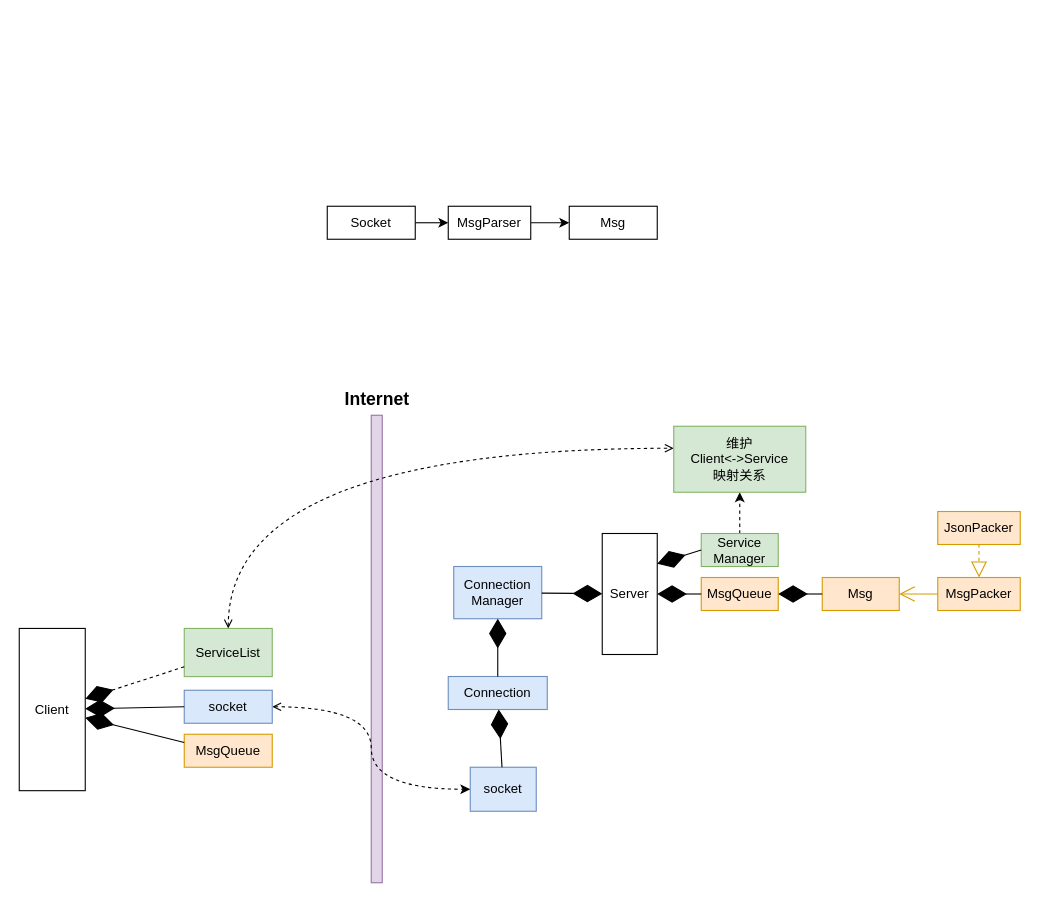
xrw67/altas keeps this draw.io diagram as docs/bus.drawio. Above is the earlier version. Source tidied: cells renumbered, new cells numbered last; positions are measured from the earlier drawing's top-left corner, leaving out a move shared by most shapes. Both pictures are drawn from the tidied source at 110%, with x=0, y=0 at pixel (19, 206).
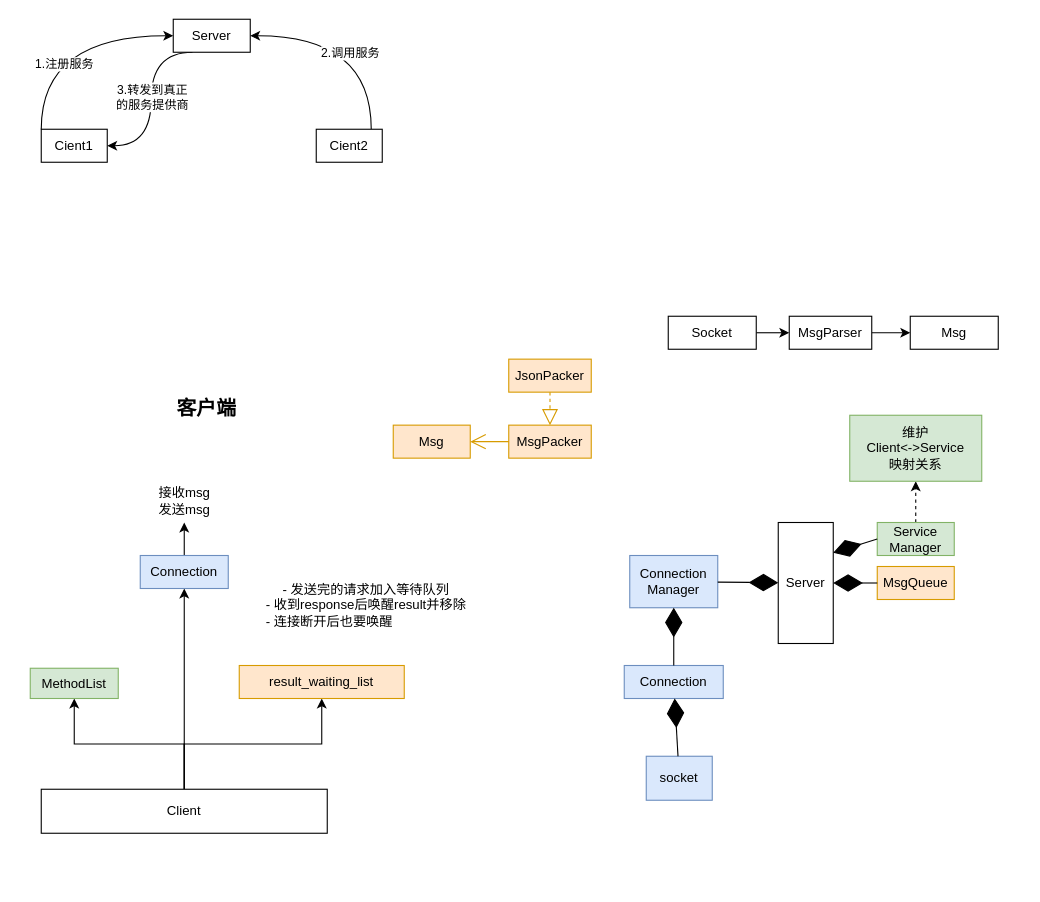
The same page after the edit.

What changed in the source:
```diff
@@
-    <mxCell id="2" style="rounded=0;whiteSpace=wrap;html=1;fillColor=#e1d5e7;strokeColor=#9673a6;" parent="1" vertex="1">
-      <mxGeometry x="320" y="190" width="10" height="425" as="geometry" />
-    </mxCell>
     <mxCell id="3" value="Msg" style="whiteSpace=wrap;html=1;fillColor=#ffe6cc;strokeColor=#d79b00;" parent="1" vertex="1">
-      <mxGeometry x="730" y="337.5" width="70" height="30" as="geometry" />
+      <mxGeometry x="340" y="199" width="70" height="30" as="geometry" />
     </mxCell>
     <mxCell id="4" value="MsgPacker" style="whiteSpace=wrap;html=1;fillColor=#ffe6cc;strokeColor=#d79b00;" parent="1" vertex="1">
-      <mxGeometry x="835" y="337.5" width="75" height="30" as="geometry" />
+      <mxGeometry x="445" y="199" width="75" height="30" as="geometry" />
     </mxCell>
     <mxCell id="5" value="JsonPacker" style="whiteSpace=wrap;html=1;fillColor=#ffe6cc;strokeColor=#d79b00;" parent="1" vertex="1">
-      <mxGeometry x="835" y="277.5" width="75" height="30" as="geometry" />
+      <mxGeometry x="445" y="139" width="75" height="30" as="geometry" />
     </mxCell>
@@
     <mxCell id="8" value="Server" style="whiteSpace=wrap;html=1;" parent="1" vertex="1">
-      <mxGeometry x="530" y="297.5" width="50" height="110" as="geometry" />
+      <mxGeometry x="690" y="287.5" width="50" height="110" as="geometry" />
     </mxCell>
+    <mxCell id="37" style="edgeStyle=orthogonalEdgeStyle;rounded=0;jettySize=auto;html=1;" parent="1" edge="1" source="9" target="29">
+      <mxGeometry relative="1" as="geometry" />
+    </mxCell>
+    <mxCell id="38" style="edgeStyle=orthogonalEdgeStyle;rounded=0;jettySize=auto;html=1;" parent="1" edge="1" source="9" target="17">
+      <mxGeometry relative="1" as="geometry" />
+    </mxCell>
+    <mxCell id="39" style="edgeStyle=orthogonalEdgeStyle;rounded=0;jettySize=auto;html=1;" parent="1" edge="1" source="9" target="24">
+      <mxGeometry relative="1" as="geometry" />
+    </mxCell>
     <mxCell id="9" value="Client" style="whiteSpace=wrap;html=1;" parent="1" vertex="1">
-      <mxGeometry y="383.8" width="60" height="147.5" as="geometry" />
+      <mxGeometry x="20" y="530" width="260" height="40" as="geometry" />
     </mxCell>
     <mxCell id="10" value="Connection" style="whiteSpace=wrap;html=1;fillColor=#dae8fc;strokeColor=#6c8ebf;" parent="1" vertex="1">
-      <mxGeometry x="390" y="427.5" width="90" height="30" as="geometry" />
+      <mxGeometry x="550" y="417.5" width="90" height="30" as="geometry" />
     </mxCell>
     <mxCell id="11" value="Connection&lt;br&gt;Manager" style="whiteSpace=wrap;html=1;fillColor=#dae8fc;strokeColor=#6c8ebf;" parent="1" vertex="1">
-      <mxGeometry x="395" y="327.5" width="80" height="47.5" as="geometry" />
+      <mxGeometry x="555" y="317.5" width="80" height="47.5" as="geometry" />
     </mxCell>
@@
     <mxCell id="14" value="socket" style="whiteSpace=wrap;html=1;fillColor=#dae8fc;strokeColor=#6c8ebf;" parent="1" vertex="1">
-      <mxGeometry x="410" y="510" width="60" height="40" as="geometry" />
+      <mxGeometry x="570" y="500" width="60" height="40" as="geometry" />
     </mxCell>
@@
-    <mxCell id="16" style="edgeStyle=orthogonalEdgeStyle;html=1;fontSize=16;startArrow=open;startFill=0;dashed=1;curved=1;exitX=1;exitY=0.5;exitDx=0;exitDy=0;entryX=0;entryY=0.5;entryDx=0;entryDy=0;" parent="1" edge="1" source="17" target="14">
-      <mxGeometry relative="1" as="geometry" />
-    </mxCell>
+    <mxCell id="40" style="edgeStyle=orthogonalEdgeStyle;rounded=0;jettySize=auto;html=1;" parent="1" edge="1" source="17" target="51">
+      <mxGeometry relative="1" as="geometry" />
+    </mxCell>
-    <mxCell id="17" value="socket" style="whiteSpace=wrap;html=1;fillColor=#dae8fc;strokeColor=#6c8ebf;" parent="1" vertex="1">
-      <mxGeometry x="150" y="440" width="80" height="30" as="geometry" />
+    <mxCell id="17" value="Connection" style="whiteSpace=wrap;html=1;fillColor=#dae8fc;strokeColor=#6c8ebf;" parent="1" vertex="1">
+      <mxGeometry x="110" y="317.5" width="80" height="30" as="geometry" />
     </mxCell>
-    <mxCell id="18" style="endArrow=diamondThin;endFill=1;endSize=24;html=1;exitX=0;exitY=0.5;exitDx=0;exitDy=0;" parent="1" edge="1" source="17" target="9">
-      <mxGeometry relative="1" as="geometry" />
-    </mxCell>
     <mxCell id="19" value="MsgQueue" style="whiteSpace=wrap;html=1;fillColor=#ffe6cc;strokeColor=#d79b00;" parent="1" vertex="1">
-      <mxGeometry x="620" y="337.5" width="70" height="30" as="geometry" />
+      <mxGeometry x="780" y="327.5" width="70" height="30" as="geometry" />
     </mxCell>
@@
     <mxCell id="22" value="Service&lt;br&gt;Manager" style="whiteSpace=wrap;html=1;fillColor=#d5e8d4;strokeColor=#82b366;" parent="1" vertex="1">
-      <mxGeometry x="620" y="297.5" width="70" height="30" as="geometry" />
+      <mxGeometry x="780" y="287.5" width="70" height="30" as="geometry" />
     </mxCell>
@@
-    <mxCell id="24" value="MsgQueue" style="whiteSpace=wrap;html=1;fillColor=#ffe6cc;strokeColor=#d79b00;" parent="1" vertex="1">
-      <mxGeometry x="150" y="480" width="80" height="30" as="geometry" />
+    <mxCell id="24" value="result_waiting_list" style="whiteSpace=wrap;html=1;fillColor=#ffe6cc;strokeColor=#d79b00;" parent="1" vertex="1">
+      <mxGeometry x="200" y="417.5" width="150" height="30" as="geometry" />
     </mxCell>
-    <mxCell id="25" style="endArrow=diamondThin;endFill=1;endSize=24;html=1;exitX=0;exitY=0.25;exitDx=0;exitDy=0;" parent="1" edge="1" source="24" target="9">
-      <mxGeometry relative="1" as="geometry" />
-    </mxCell>
-    <mxCell id="26" style="endArrow=diamondThin;endFill=1;endSize=24;html=1;entryX=1;entryY=0.5;entryDx=0;entryDy=0;exitX=0;exitY=0.5;exitDx=0;exitDy=0;" parent="1" edge="1" source="3" target="19">
-      <mxGeometry relative="1" as="geometry" />
-    </mxCell>
-    <mxCell id="27" value="Internet" style="text;html=1;align=center;verticalAlign=middle;strokeColor=none;fillColor=none;fontStyle=1;fontSize=16;" parent="1" vertex="1">
-      <mxGeometry x="285" y="160" width="80" height="30" as="geometry" />
-    </mxCell>
-    <mxCell id="28" style="edgeStyle=orthogonalEdgeStyle;html=1;dashed=1;fontSize=12;startArrow=open;startFill=0;endArrow=open;endFill=0;curved=1;" parent="1" edge="1" source="29" target="30">
-      <mxGeometry relative="1" as="geometry">
-        <Array as="points">
-          <mxPoint x="190" y="220" />
-        </Array>
-      </mxGeometry>
-    </mxCell>
-    <mxCell id="29" value="ServiceList" style="rounded=0;whiteSpace=wrap;html=1;fontSize=12;fillColor=#d5e8d4;strokeColor=#82b366;" parent="1" vertex="1">
-      <mxGeometry x="150" y="383.8" width="80" height="43.8" as="geometry" />
+    <mxCell id="29" value="MethodList" style="rounded=0;whiteSpace=wrap;html=1;fontSize=12;fillColor=#d5e8d4;strokeColor=#82b366;" parent="1" vertex="1">
+      <mxGeometry x="10" y="420" width="80" height="27.5" as="geometry" />
     </mxCell>
     <mxCell id="30" value="维护&lt;br&gt;Client&amp;lt;-&amp;gt;Service&lt;br&gt;映射关系" style="whiteSpace=wrap;html=1;fontSize=12;fillColor=#d5e8d4;strokeColor=#82b366;" parent="1" vertex="1">
-      <mxGeometry x="595" y="200" width="120" height="60" as="geometry" />
+      <mxGeometry x="755" y="190" width="120" height="60" as="geometry" />
     </mxCell>
-    <mxCell id="31" style="endArrow=diamondThin;endFill=1;endSize=24;html=1;dashed=1;fontSize=12;" parent="1" edge="1" source="29" target="9">
-      <mxGeometry relative="1" as="geometry" />
-    </mxCell>
@@
     <mxCell id="33" value="MsgParser" style="whiteSpace=wrap;html=1;" parent="1" vertex="1">
-      <mxGeometry x="390" width="75" height="30" as="geometry" />
+      <mxGeometry x="700" y="100" width="75" height="30" as="geometry" />
     </mxCell>
     <mxCell id="34" value="Msg" style="whiteSpace=wrap;html=1;" parent="1" vertex="1">
-      <mxGeometry x="500" width="80" height="30" as="geometry" />
+      <mxGeometry x="810" y="100" width="80" height="30" as="geometry" />
     </mxCell>
@@
     <mxCell id="36" value="Socket" style="whiteSpace=wrap;html=1;" parent="1" vertex="1">
-      <mxGeometry x="280" width="80" height="30" as="geometry" />
+      <mxGeometry x="590" y="100" width="80" height="30" as="geometry" />
     </mxCell>
+    <mxCell id="41" value="客户端" style="text;html=1;align=center;verticalAlign=middle;strokeColor=none;fillColor=none;fontSize=18;fontStyle=1;" parent="1" vertex="1">
+      <mxGeometry x="130" y="164" width="80" height="40" as="geometry" />
+    </mxCell>
+    <mxCell id="42" style="edgeStyle=orthogonalEdgeStyle;rounded=0;jettySize=auto;html=1;curved=1;exitX=0.25;exitY=1;exitDx=0;exitDy=0;" parent="1" edge="1" source="44" target="47">
+      <mxGeometry relative="1" as="geometry">
+        <Array as="points">
+          <mxPoint x="120" y="-140" />
+          <mxPoint x="120" y="-55" />
+        </Array>
+      </mxGeometry>
+    </mxCell>
+    <mxCell id="43" value="3.转发到真正&lt;br&gt;的服务提供商" style="edgeLabel;html=1;align=center;verticalAlign=middle;" parent="42" vertex="1">
+      <mxGeometry x="-0.5" y="-19" relative="1" as="geometry">
+        <mxPoint x="19" y="37" as="offset" />
+      </mxGeometry>
+    </mxCell>
+    <mxCell id="44" value="Server" style="whiteSpace=wrap;html=1;" parent="1" vertex="1">
+      <mxGeometry x="140" y="-170" width="70" height="30" as="geometry" />
+    </mxCell>
+    <mxCell id="45" style="edgeStyle=orthogonalEdgeStyle;rounded=0;jettySize=auto;html=1;curved=1;" parent="1" edge="1" source="47" target="44">
+      <mxGeometry relative="1" as="geometry">
+        <Array as="points">
+          <mxPoint x="20" y="-155" />
+        </Array>
+      </mxGeometry>
+    </mxCell>
+    <mxCell id="46" value="1.注册服务" style="edgeLabel;html=1;align=center;verticalAlign=middle;" parent="45" vertex="1">
+      <mxGeometry x="-0.29" y="-1" relative="1" as="geometry">
+        <mxPoint x="19" y="13" as="offset" />
+      </mxGeometry>
+    </mxCell>
+    <mxCell id="47" value="Cient1" style="whiteSpace=wrap;html=1;" parent="1" vertex="1">
+      <mxGeometry x="20" y="-70" width="60" height="30" as="geometry" />
+    </mxCell>
+    <mxCell id="48" style="edgeStyle=orthogonalEdgeStyle;rounded=0;jettySize=auto;html=1;curved=1;" parent="1" edge="1" source="50" target="44">
+      <mxGeometry relative="1" as="geometry">
+        <Array as="points">
+          <mxPoint x="320" y="-155" />
+        </Array>
+      </mxGeometry>
+    </mxCell>
+    <mxCell id="49" value="2.调用服务" style="edgeLabel;html=1;align=center;verticalAlign=middle;" parent="48" vertex="1">
+      <mxGeometry x="0.03" relative="1" as="geometry">
+        <mxPoint x="-5" y="15" as="offset" />
+      </mxGeometry>
+    </mxCell>
+    <mxCell id="50" value="Cient2" style="whiteSpace=wrap;html=1;" parent="1" vertex="1">
+      <mxGeometry x="270" y="-70" width="60" height="30" as="geometry" />
+    </mxCell>
+    <mxCell id="51" value="接收msg&lt;br&gt;发送msg" style="text;html=1;align=center;verticalAlign=middle;points=[];strokeColor=none;fillColor=none;" parent="1" vertex="1">
+      <mxGeometry x="115" y="247.5" width="70" height="40" as="geometry" />
+    </mxCell>
+    <mxCell id="52" value="- 发送完的请求加入等待队列&lt;br&gt;&lt;div style=&quot;text-align: left;&quot;&gt;&lt;span style=&quot;background-color: initial;&quot;&gt;- 收到response后唤醒result并移除&lt;/span&gt;&lt;/div&gt;&lt;div style=&quot;text-align: left;&quot;&gt;&lt;span style=&quot;background-color: initial;&quot;&gt;- 连接断开后也要唤醒&lt;/span&gt;&lt;/div&gt;" style="text;html=1;align=center;verticalAlign=middle;strokeColor=none;fillColor=none;" parent="1" vertex="1">
+      <mxGeometry x="210" y="333" width="210" height="60" as="geometry" />
+    </mxCell>
```
